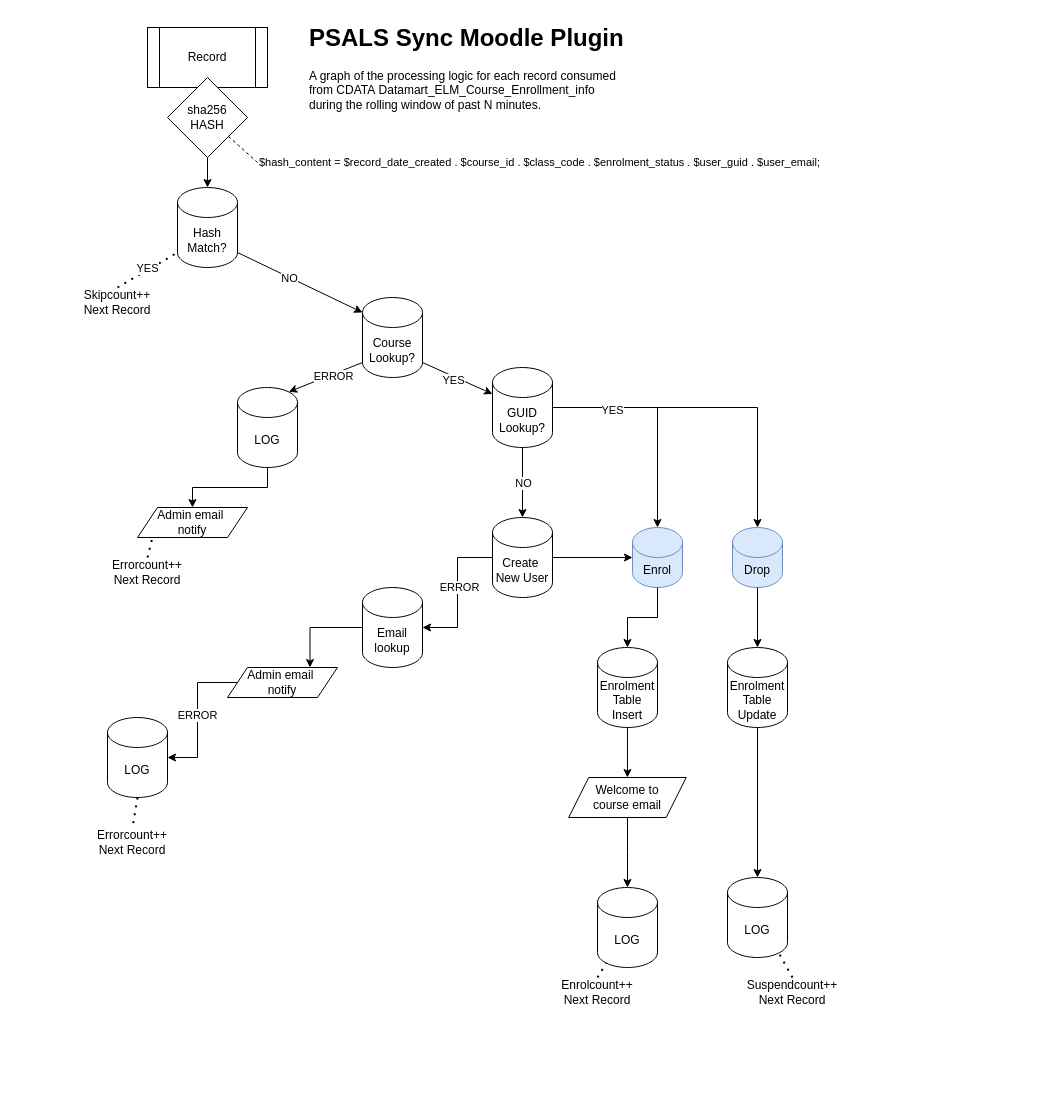
This is PSALS-Sync-Record-Processing.drawio from bcgov/psaelmsync, a draw.io file, before an edit. Source tidied: cells renumbered, new cells numbered last; positions are measured from the earlier drawing's top-left corner, leaving out a move shared by most shapes. Both pictures are drawn from the tidied source at 100%, with x=0, y=0 at pixel (77, 17).
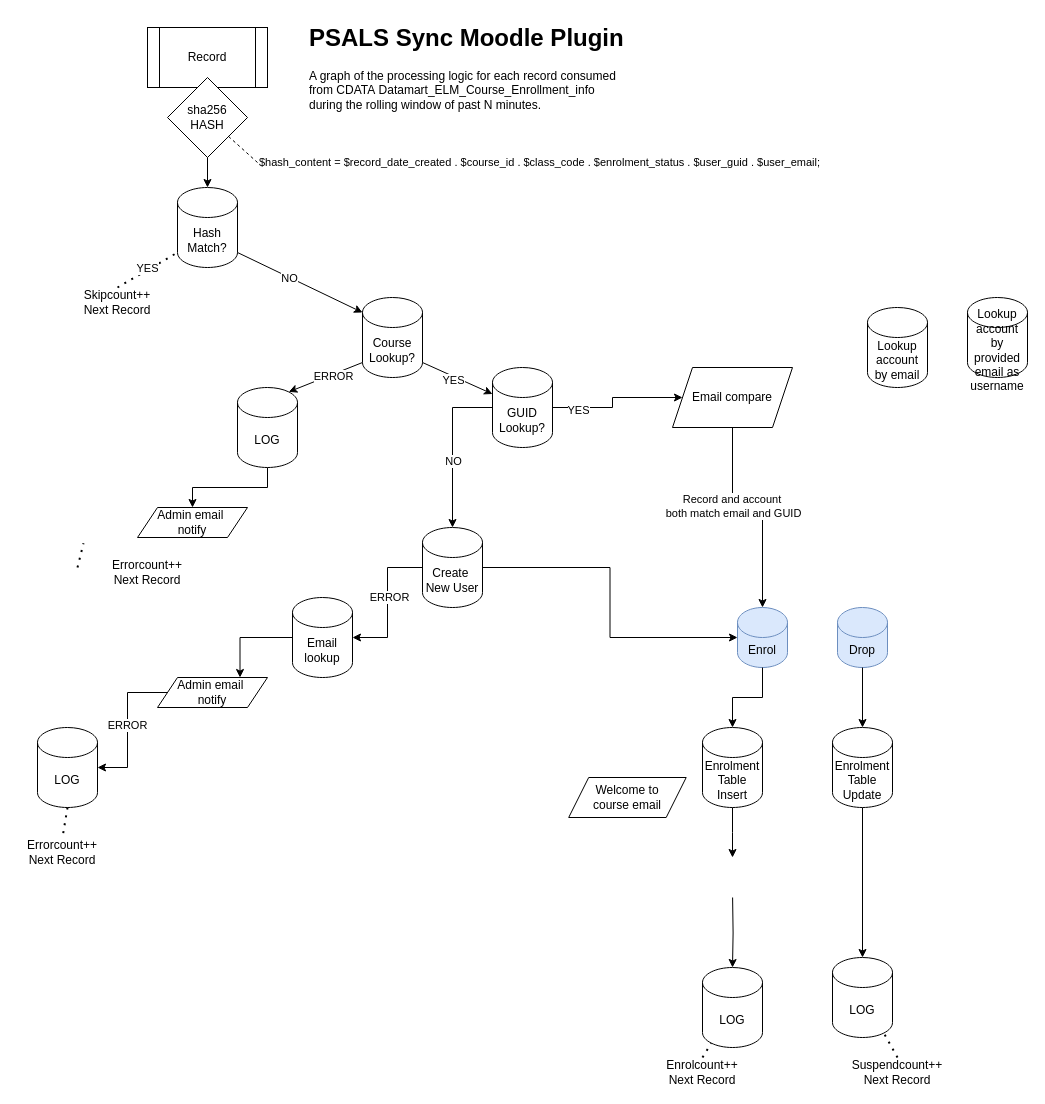
The same page after the edit.

Commit message:
Start to add in email check logic

The change refers to these unchanged cells:
```xml
<mxCell id="22" value="GUID&lt;div&gt;Lookup?&lt;/div&gt;" style="shape=cylinder3;whiteSpace=wrap;html=1;boundedLbl=1;backgroundOutline=1;size=15;" parent="1" vertex="1">
  <mxGeometry x="415" y="350" width="60" height="80" as="geometry" />
</mxCell>
<mxCell id="23" value="&lt;div&gt;Errorcount++&lt;/div&gt;Next Record" style="text;html=1;align=center;verticalAlign=middle;whiteSpace=wrap;rounded=0;" parent="1" vertex="1">
  <mxGeometry x="25" y="540" width="90" height="30" as="geometry" />
</mxCell>
<mxCell id="37" value="Welcome to&lt;div&gt;course email&lt;/div&gt;" style="shape=parallelogram;perimeter=parallelogramPerimeter;whiteSpace=wrap;html=1;fixedSize=1;" parent="1" vertex="1">
  <mxGeometry x="491.2" y="760" width="117.5" height="40" as="geometry" />
</mxCell>
<mxCell id="40" value="Admin email&amp;nbsp;&lt;div&gt;notify&lt;/div&gt;" style="shape=parallelogram;perimeter=parallelogramPerimeter;whiteSpace=wrap;html=1;fixedSize=1;" parent="1" vertex="1">
  <mxGeometry x="60" y="490" width="110" height="30" as="geometry" />
</mxCell>
```

Change to the diagram source:
```diff
@@
-    <mxCell id="19" style="edgeStyle=orthogonalEdgeStyle;rounded=0;jettySize=auto;html=1;entryX=0.5;entryY=0;entryDx=0;entryDy=0;entryPerimeter=0;" parent="1" edge="1" source="22" target="41">
-      <mxGeometry relative="1" as="geometry" />
-    </mxCell>
-    <mxCell id="20" style="edgeStyle=orthogonalEdgeStyle;rounded=0;jettySize=auto;html=1;entryX=0.5;entryY=0;entryDx=0;entryDy=0;entryPerimeter=0;" parent="1" edge="1" source="22" target="42">
-      <mxGeometry relative="1" as="geometry" />
-    </mxCell>
-    <mxCell id="21" value="YES" style="edgeLabel;html=1;align=center;verticalAlign=middle;" parent="20" vertex="1">
-      <mxGeometry x="-0.64" y="-2" relative="1" as="geometry" />
-    </mxCell>
@@
     <mxCell id="25" value="Create&amp;nbsp;&lt;div&gt;New User&lt;/div&gt;" style="shape=cylinder3;whiteSpace=wrap;html=1;boundedLbl=1;backgroundOutline=1;size=15;" parent="1" vertex="1">
-      <mxGeometry x="415" y="500" width="60" height="80" as="geometry" />
+      <mxGeometry x="345" y="510" width="60" height="80" as="geometry" />
     </mxCell>
@@
     <mxCell id="28" value="LOG" style="shape=cylinder3;whiteSpace=wrap;html=1;boundedLbl=1;backgroundOutline=1;size=15;" parent="1" vertex="1">
-      <mxGeometry x="30" y="700" width="60" height="80" as="geometry" />
+      <mxGeometry x="-40" y="710" width="60" height="80" as="geometry" />
     </mxCell>
     <mxCell id="29" value="&lt;div&gt;Errorcount++&lt;/div&gt;Next Record" style="text;html=1;align=center;verticalAlign=middle;whiteSpace=wrap;rounded=0;" parent="1" vertex="1">
-      <mxGeometry x="10" y="810" width="90" height="30" as="geometry" />
+      <mxGeometry x="-60" y="820" width="90" height="30" as="geometry" />
     </mxCell>
@@
     <mxCell id="31" value="LOG" style="shape=cylinder3;whiteSpace=wrap;html=1;boundedLbl=1;backgroundOutline=1;size=15;" parent="1" vertex="1">
-      <mxGeometry x="650" y="860" width="60" height="80" as="geometry" />
+      <mxGeometry x="755" y="940" width="60" height="80" as="geometry" />
     </mxCell>
     <mxCell id="32" value="&lt;div&gt;Suspendcount++&lt;/div&gt;Next Record" style="text;html=1;align=center;verticalAlign=middle;whiteSpace=wrap;rounded=0;" parent="1" vertex="1">
-      <mxGeometry x="670" y="960" width="90" height="30" as="geometry" />
+      <mxGeometry x="775" y="1040" width="90" height="30" as="geometry" />
     </mxCell>
@@
     <mxCell id="34" value="LOG" style="shape=cylinder3;whiteSpace=wrap;html=1;boundedLbl=1;backgroundOutline=1;size=15;" parent="1" vertex="1">
-      <mxGeometry x="520" y="870" width="60" height="80" as="geometry" />
+      <mxGeometry x="625" y="950" width="60" height="80" as="geometry" />
     </mxCell>
     <mxCell id="35" value="&lt;div&gt;Enrolcount++&lt;/div&gt;Next Record" style="text;html=1;align=center;verticalAlign=middle;whiteSpace=wrap;rounded=0;" parent="1" vertex="1">
-      <mxGeometry x="475" y="960" width="90" height="30" as="geometry" />
+      <mxGeometry x="580" y="1040" width="90" height="30" as="geometry" />
     </mxCell>
@@
-    <mxCell id="39" style="endArrow=none;dashed=1;html=1;dashPattern=1 3;strokeWidth=2;rounded=0;exitX=0.5;exitY=0;exitDx=0;exitDy=0;entryX=0.145;entryY=1;entryDx=0;entryDy=-4.35;entryPerimeter=0;" parent="1" edge="1" source="23" target="40">
-      <mxGeometry relative="1" as="geometry" />
+    <mxCell id="39" style="endArrow=none;dashed=1;html=1;dashPattern=1 3;strokeWidth=2;rounded=0;exitX=0.5;exitY=0;exitDx=0;exitDy=0;entryX=0.145;entryY=1;entryDx=0;entryDy=-4.35;entryPerimeter=0;" parent="1" edge="1">
+      <mxGeometry relative="1" as="geometry">
+        <mxPoint y="550" as="sourcePoint" />
+        <mxPoint x="6" y="525.7" as="targetPoint" />
+      </mxGeometry>
     </mxCell>
@@
     <mxCell id="41" value="Enrol" style="shape=cylinder3;whiteSpace=wrap;html=1;boundedLbl=1;backgroundOutline=1;size=15;fillColor=#dae8fc;strokeColor=#6c8ebf;" parent="1" vertex="1">
-      <mxGeometry x="555" y="510" width="50" height="60" as="geometry" />
+      <mxGeometry x="660" y="590" width="50" height="60" as="geometry" />
     </mxCell>
     <mxCell id="42" value="Drop" style="shape=cylinder3;whiteSpace=wrap;html=1;boundedLbl=1;backgroundOutline=1;size=15;fillColor=#dae8fc;strokeColor=#6c8ebf;" parent="1" vertex="1">
-      <mxGeometry x="655" y="510" width="50" height="60" as="geometry" />
+      <mxGeometry x="760" y="590" width="50" height="60" as="geometry" />
     </mxCell>
@@
     <mxCell id="45" value="Email lookup" style="shape=cylinder3;whiteSpace=wrap;html=1;boundedLbl=1;backgroundOutline=1;size=15;" parent="1" vertex="1">
-      <mxGeometry x="285" y="570" width="60" height="80" as="geometry" />
+      <mxGeometry x="215" y="580" width="60" height="80" as="geometry" />
     </mxCell>
@@
-    <mxCell id="48" style="edgeStyle=orthogonalEdgeStyle;rounded=0;jettySize=auto;html=1;entryX=0.5;entryY=0;entryDx=0;entryDy=0;" parent="1" edge="1" source="49" target="37">
-      <mxGeometry relative="1" as="geometry" />
+    <mxCell id="48" style="edgeStyle=orthogonalEdgeStyle;rounded=0;jettySize=auto;html=1;entryX=0.5;entryY=0;entryDx=0;entryDy=0;" parent="1" edge="1" source="49">
+      <mxGeometry relative="1" as="geometry">
+        <mxPoint x="655" y="840" as="targetPoint" />
+      </mxGeometry>
     </mxCell>
     <mxCell id="49" value="Enrolment Table Insert" style="shape=cylinder3;whiteSpace=wrap;html=1;boundedLbl=1;backgroundOutline=1;size=15;" parent="1" vertex="1">
-      <mxGeometry x="520" y="630" width="60" height="80" as="geometry" />
+      <mxGeometry x="625" y="710" width="60" height="80" as="geometry" />
     </mxCell>
-    <mxCell id="50" style="edgeStyle=orthogonalEdgeStyle;rounded=0;jettySize=auto;html=1;entryX=0.5;entryY=0;entryDx=0;entryDy=0;entryPerimeter=0;" parent="1" edge="1" source="37" target="34">
-      <mxGeometry relative="1" as="geometry" />
+    <mxCell id="50" style="edgeStyle=orthogonalEdgeStyle;rounded=0;jettySize=auto;html=1;entryX=0.5;entryY=0;entryDx=0;entryDy=0;entryPerimeter=0;" parent="1" edge="1" target="34">
+      <mxGeometry relative="1" as="geometry">
+        <mxPoint x="655.1" y="880" as="sourcePoint" />
+      </mxGeometry>
     </mxCell>
@@
     <mxCell id="52" value="Enrolment Table Update" style="shape=cylinder3;whiteSpace=wrap;html=1;boundedLbl=1;backgroundOutline=1;size=15;" parent="1" vertex="1">
-      <mxGeometry x="650" y="630" width="60" height="80" as="geometry" />
+      <mxGeometry x="755" y="710" width="60" height="80" as="geometry" />
     </mxCell>
@@
     <mxCell id="54" value="Admin email&amp;nbsp;&lt;div&gt;notify&lt;/div&gt;" style="shape=parallelogram;perimeter=parallelogramPerimeter;whiteSpace=wrap;html=1;fixedSize=1;" parent="1" vertex="1">
-      <mxGeometry x="150" y="650" width="110" height="30" as="geometry" />
+      <mxGeometry x="80" y="660" width="110" height="30" as="geometry" />
     </mxCell>
@@
+    <mxCell id="58" style="edgeStyle=orthogonalEdgeStyle;rounded=0;jettySize=auto;html=1;entryX=0;entryY=0.5;entryDx=0;entryDy=0;" parent="1" edge="1" source="22" target="59">
+      <mxGeometry relative="1" as="geometry" />
+    </mxCell>
+    <mxCell id="21" value="YES" style="edgeLabel;html=1;align=center;verticalAlign=middle;" parent="58" vertex="1">
+      <mxGeometry x="-0.64" y="-2" relative="1" as="geometry" />
+    </mxCell>
+    <mxCell id="59" value="Email compare" style="shape=parallelogram;perimeter=parallelogramPerimeter;whiteSpace=wrap;html=1;fixedSize=1;" parent="1" vertex="1">
+      <mxGeometry x="595" y="350" width="120" height="60" as="geometry" />
+    </mxCell>
+    <mxCell id="60" style="edgeStyle=orthogonalEdgeStyle;rounded=0;jettySize=auto;html=1;entryX=0.5;entryY=0;entryDx=0;entryDy=0;entryPerimeter=0;" parent="1" edge="1" source="59" target="41">
+      <mxGeometry relative="1" as="geometry" />
+    </mxCell>
+    <mxCell id="61" value="Record and account&amp;nbsp;&lt;div&gt;both match email and GUID&lt;/div&gt;" style="edgeLabel;html=1;align=center;verticalAlign=middle;" parent="60" vertex="1">
+      <mxGeometry x="-0.26" relative="1" as="geometry" />
+    </mxCell>
+    <mxCell id="62" value="Lookup account by email" style="shape=cylinder3;whiteSpace=wrap;html=1;boundedLbl=1;backgroundOutline=1;size=15;" parent="1" vertex="1">
+      <mxGeometry x="790" y="290" width="60" height="80" as="geometry" />
+    </mxCell>
+    <mxCell id="63" value="Lookup account by provided email as username" style="shape=cylinder3;whiteSpace=wrap;html=1;boundedLbl=1;backgroundOutline=1;size=15;" parent="1" vertex="1">
+      <mxGeometry x="890" y="280" width="60" height="80" as="geometry" />
+    </mxCell>
```
